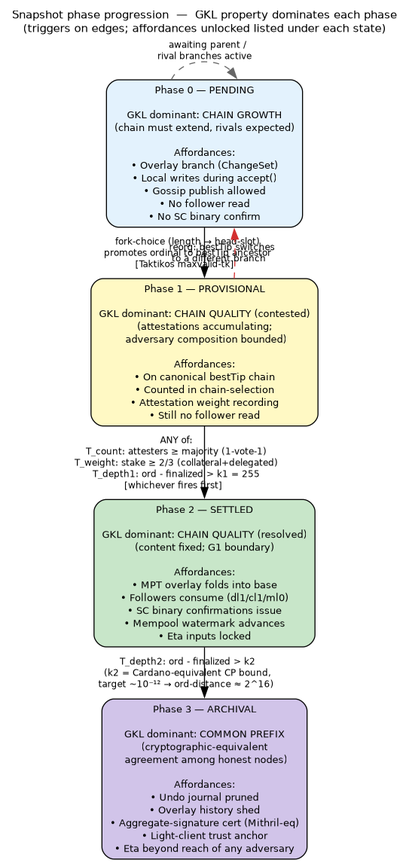
This is docs/nakamoto/phase-state-machine.png from ottobot-ai/tessellation, a Graphviz export, as it was before one commit. Its source is kept beside it as docs/nakamoto/phase-state-machine.dot. Its diagram source:
```dot

digraph phase_state_machine {
  rankdir=LR;
  graph [fontname="Helvetica", fontsize=11, labelloc=t,
         label="Snapshot phase progression  —  GKL property dominates each phase\n(triggers on edges; affordances unlocked listed under each state)"];
  node  [fontname="Helvetica", fontsize=10, shape=box, style="rounded,filled"];
  edge  [fontname="Helvetica", fontsize=9];

  P0 [label="Phase 0 — PENDING\n\nGKL dominant: CHAIN GROWTH\n(chain must extend, rivals expected)\n\nAffordances:\n• Overlay branch (ChangeSet)\n• Local writes during accept()\n• Gossip publish allowed\n• No follower read\n• No SC binary confirm",
      fillcolor="#e3f2fd"];

  P1 [label="Phase 1 — PROVISIONAL\n\nGKL dominant: CHAIN QUALITY (contested)\n(attestations accumulating;\n adversary composition bounded)\n\nAffordances:\n• On canonical bestTip chain\n• Counted in chain-selection\n• Attestation weight recording\n• Still no follower read",
      fillcolor="#fff9c4"];

  P2 [label="Phase 2 — SETTLED\n\nGKL dominant: CHAIN QUALITY (resolved)\n(content fixed; G1 boundary)\n\nAffordances:\n• MPT overlay folds into base\n• Followers consume (dl1/cl1/ml0)\n• SC binary confirmations issue\n• Mempool watermark advances\n• Eta inputs locked",
      fillcolor="#c8e6c9"];

  P3 [label="Phase 3 — ARCHIVAL\n\nGKL dominant: COMMON PREFIX\n(cryptographic-equivalent\n agreement among honest nodes)\n\nAffordances:\n• Undo journal pruned\n• Overlay history shed\n• Aggregate-signature cert (Mithril-eq)\n• Light-client trust anchor\n• Eta beyond reach of any adversary",
      fillcolor="#d1c4e9"];

  P0 -> P1 [label="  fork-choice (length → head-slot)\n  promotes ordinal to bestTip ancestor\n  [Taktikos maxvalid-tk]  "];

  P1 -> P2 [label="  ANY of:\n  T_count: attesters ≥ majority (1-vote-1)\n  T_weight: stake ≥ 2/3 (collateral+delegated)\n  T_depth1: ord - finalized > k1 = 255\n  [whichever fires first]  "];

  P2 -> P3 [label="  T_depth2: ord - finalized > k2\n  (k2 = Cardano-equivalent CP bound,\n   target ~10⁻¹² → ord-distance ≈ 2^16)  "];

  P0 -> P0 [label="  awaiting parent /\n  rival branches active  ",
            style=dashed, color="#666666"];

  P1 -> P0 [label="  reorg: bestTip switches\n  to a different branch  ",
            style=dashed, color="#d32f2f", constraint=false];


  { rank=same; P0; P1; P2; P3; }
}
```
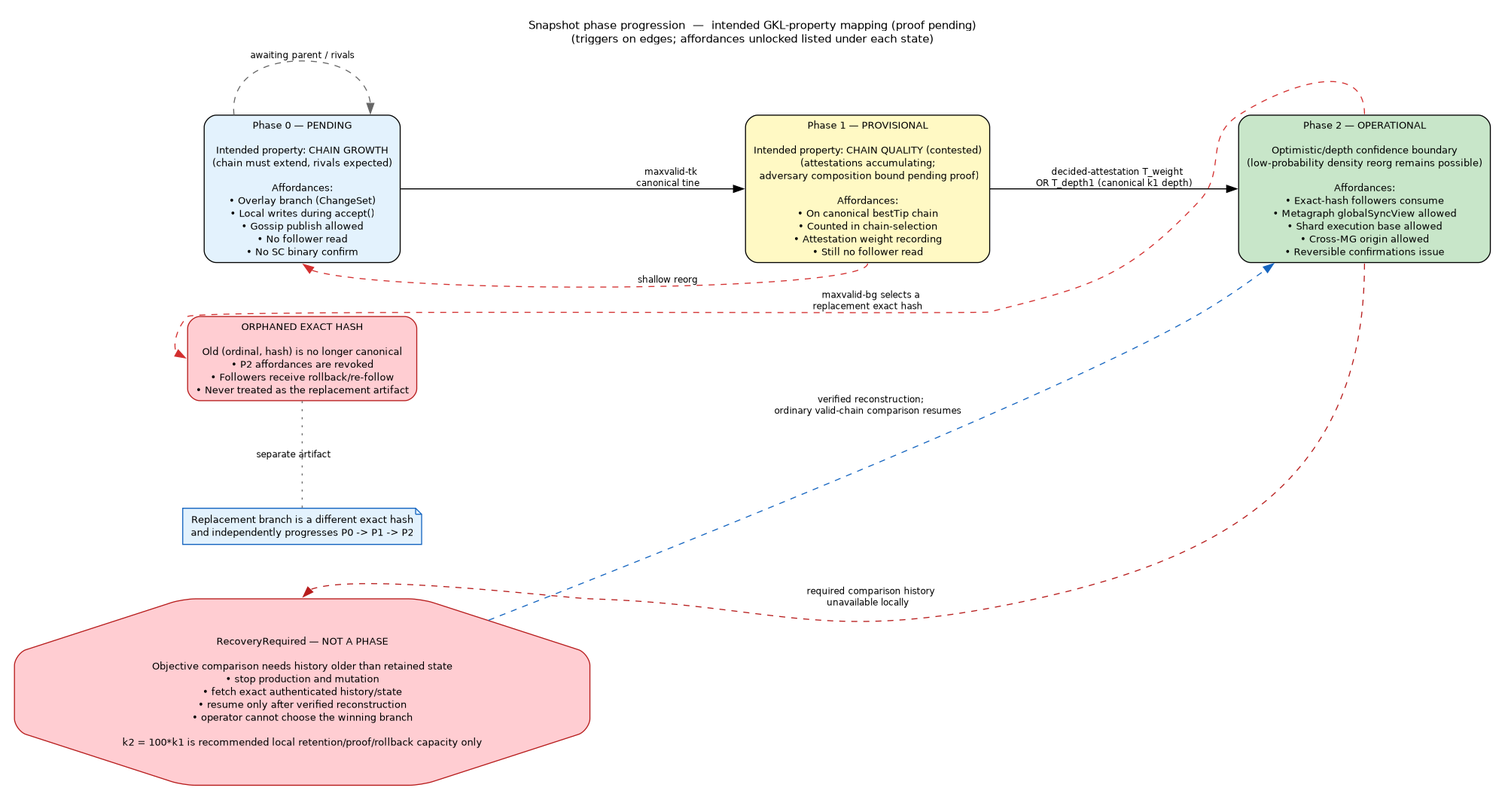
Later version of the same file.

Change to the diagram source:
```diff
@@ -1,35 +1,46 @@
 
 digraph phase_state_machine {
   rankdir=LR;
-  graph [fontname="Helvetica", fontsize=11, labelloc=t,
-         label="Snapshot phase progression  —  GKL property dominates each phase\n(triggers on edges; affordances unlocked listed under each state)"];
+  graph [fontname="Helvetica", fontsize=11, labelloc=t, ranksep=1.1, nodesep=0.75, pad=0.2,
+         label="Snapshot phase progression  —  intended GKL-property mapping (proof pending)\n(triggers on edges; affordances unlocked listed under each state)"];
   node  [fontname="Helvetica", fontsize=10, shape=box, style="rounded,filled"];
   edge  [fontname="Helvetica", fontsize=9];
 
-  P0 [label="Phase 0 — PENDING\n\nGKL dominant: CHAIN GROWTH\n(chain must extend, rivals expected)\n\nAffordances:\n• Overlay branch (ChangeSet)\n• Local writes during accept()\n• Gossip publish allowed\n• No follower read\n• No SC binary confirm",
+  P0 [label="Phase 0 — PENDING\n\nIntended property: CHAIN GROWTH\n(chain must extend, rivals expected)\n\nAffordances:\n• Overlay branch (ChangeSet)\n• Local writes during accept()\n• Gossip publish allowed\n• No follower read\n• No SC binary confirm",
       fillcolor="#e3f2fd"];
 
-  P1 [label="Phase 1 — PROVISIONAL\n\nGKL dominant: CHAIN QUALITY (contested)\n(attestations accumulating;\n adversary composition bounded)\n\nAffordances:\n• On canonical bestTip chain\n• Counted in chain-selection\n• Attestation weight recording\n• Still no follower read",
+  P1 [label="Phase 1 — PROVISIONAL\n\nIntended property: CHAIN QUALITY (contested)\n(attestations accumulating;\n adversary composition bound pending proof)\n\nAffordances:\n• On canonical bestTip chain\n• Counted in chain-selection\n• Attestation weight recording\n• Still no follower read",
       fillcolor="#fff9c4"];
 
-  P2 [label="Phase 2 — SETTLED\n\nGKL dominant: CHAIN QUALITY (resolved)\n(content fixed; G1 boundary)\n\nAffordances:\n• MPT overlay folds into base\n• Followers consume (dl1/cl1/ml0)\n• SC binary confirmations issue\n• Mempool watermark advances\n• Eta inputs locked",
+  P2 [label="Phase 2 — OPERATIONAL\n\nOptimistic/depth confidence boundary\n(low-probability density reorg remains possible)\n\nAffordances:\n• Exact-hash followers consume\n• Metagraph globalSyncView allowed\n• Shard execution base allowed\n• Cross-MG origin allowed\n• Reversible confirmations issue",
       fillcolor="#c8e6c9"];
 
-  P3 [label="Phase 3 — ARCHIVAL\n\nGKL dominant: COMMON PREFIX\n(cryptographic-equivalent\n agreement among honest nodes)\n\nAffordances:\n• Undo journal pruned\n• Overlay history shed\n• Aggregate-signature cert (Mithril-eq)\n• Light-client trust anchor\n• Eta beyond reach of any adversary",
-      fillcolor="#d1c4e9"];
+  ORPHANED [label="ORPHANED EXACT HASH\n\nOld (ordinal, hash) is no longer canonical\n• P2 affordances are revoked\n• Followers receive rollback/re-follow\n• Never treated as the replacement artifact",
+            fillcolor="#ffcdd2", color="#b71c1c"];
 
-  P0 -> P1 [label="  fork-choice (length → head-slot)\n  promotes ordinal to bestTip ancestor\n  [Taktikos maxvalid-tk]  "];
+  REPLACEMENT [shape=note, label="Replacement branch is a different exact hash\nand independently progresses P0 -> P1 -> P2",
+               fillcolor="#e3f2fd", color="#1565c0"];
 
-  P1 -> P2 [label="  ANY of:\n  T_count: attesters ≥ majority (1-vote-1)\n  T_weight: stake ≥ 2/3 (collateral+delegated)\n  T_depth1: ord - finalized > k1 = 255\n  [whichever fires first]  "];
+  RECOVERY [shape=octagon, label="RecoveryRequired — NOT A PHASE\n\nObjective comparison needs history older than retained state\n• stop production and mutation\n• fetch exact authenticated history/state\n• resume only after verified reconstruction\n• operator cannot choose the winning branch\n\nk2 = 100*k1 is recommended local retention/proof/rollback capacity only",
+            fillcolor="#ffcdd2", color="#b71c1c"];
 
-  P2 -> P3 [label="  T_depth2: ord - finalized > k2\n  (k2 = Cardano-equivalent CP bound,\n   target ~10⁻¹² → ord-distance ≈ 2^16)  "];
+  P0 -> P1 [label="  maxvalid-tk\n  canonical tine  "];
 
-  P0 -> P0 [label="  awaiting parent /\n  rival branches active  ",
+  P1 -> P2 [label="  decided-attestation T_weight\n  OR T_depth1 (canonical k1 depth)  "];
+
+  P0 -> P0 [label="  awaiting parent / rivals  ",
             style=dashed, color="#666666"];
 
-  P1 -> P0 [label="  reorg: bestTip switches\n  to a different branch  ",
-            style=dashed, color="#d32f2f", constraint=false];
+  P1:s -> P0:s [label="  shallow reorg  ",
+                 style=dashed, color="#d32f2f", constraint=false];
 
+  P2:n -> ORPHANED:w [label="  maxvalid-bg selects a\n  replacement exact hash  ",
+                      style=dashed, color="#d32f2f", constraint=false];
+  ORPHANED -> REPLACEMENT [label="  separate artifact  ", style=dotted,
+                           arrowhead=none, color="#666666", constraint=false];
 
-  { rank=same; P0; P1; P2; P3; }
+  P2:s -> RECOVERY:n [label="  required comparison history\n  unavailable locally  ",
+                      style=dashed, color="#b71c1c", constraint=false];
+  RECOVERY -> P2 [label="  verified reconstruction;\n  ordinary valid-chain comparison resumes  ",
+                  style=dashed, color="#1565c0", constraint=false];
 }
```
